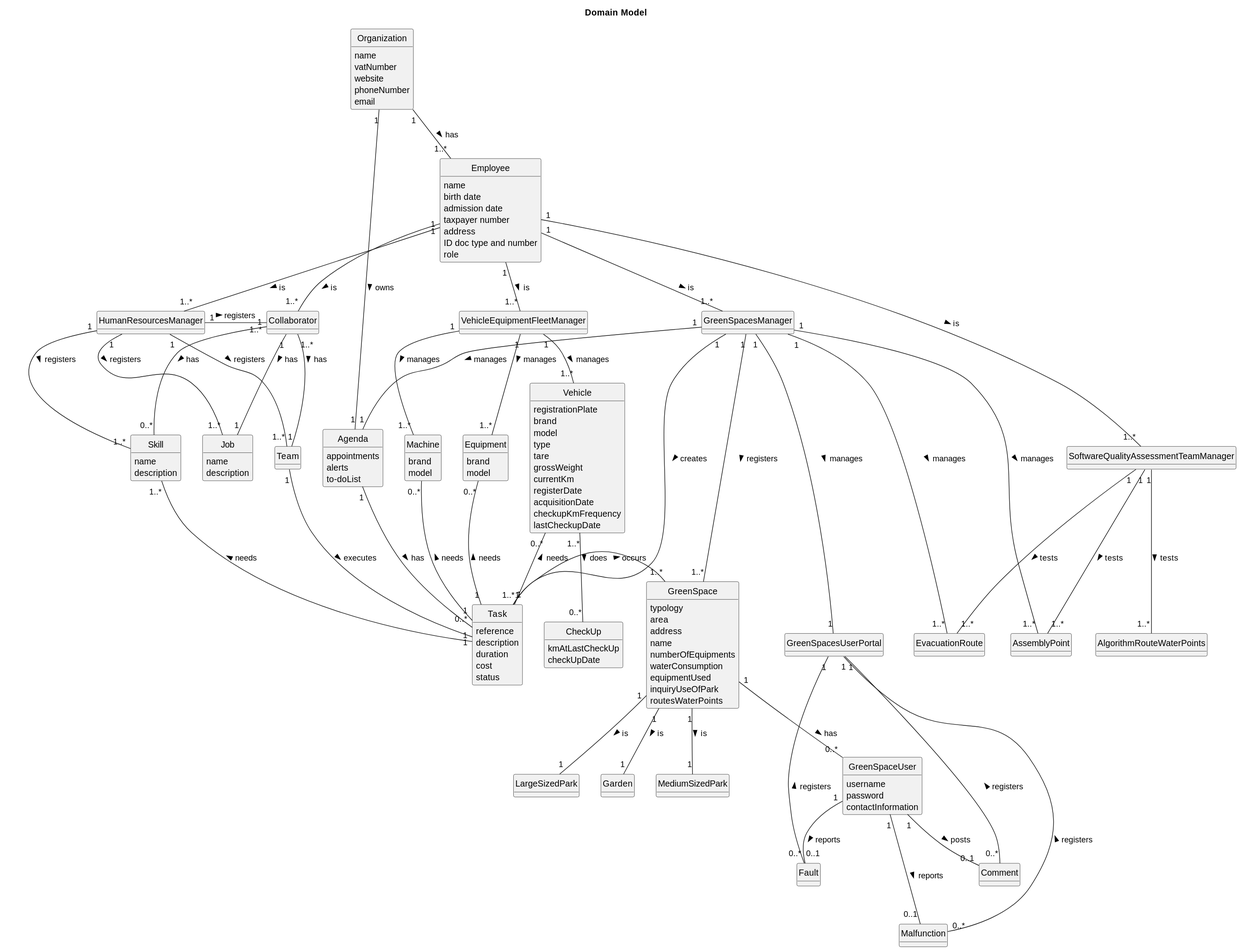
The PlantUML diagram docs/sprintC/global-artifacts/02.analysis/svg/project-domain-model.svg in LopemigueISEP/lei-24-s2-1nb-g312, before a commit.
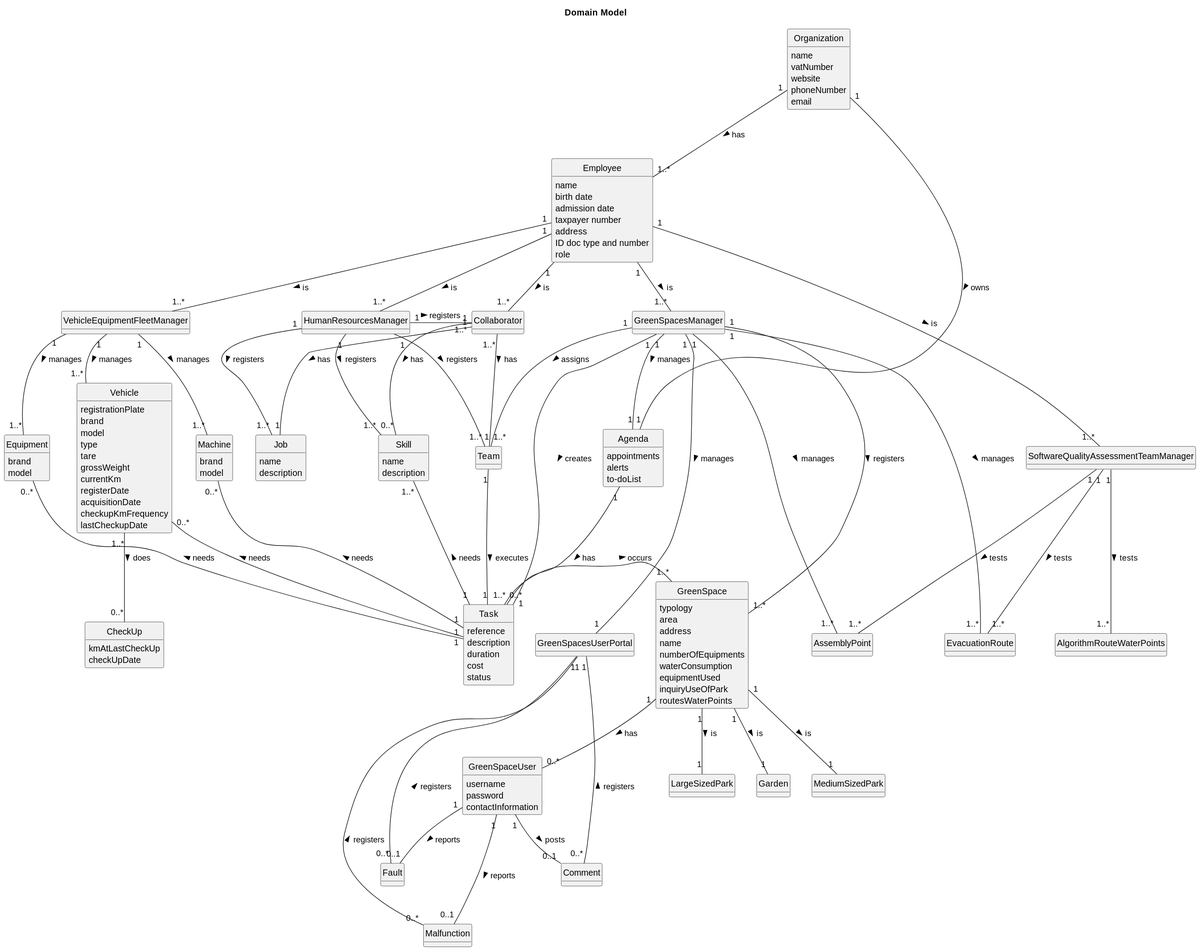
Above is the later version.

Commit message:
#21 Added relation between GSM and team: assigns

Change to the diagram source:
```diff
@@ -166,4 +166,5 @@
 GreenSpace "1" -- "1" LargeSizedPark : is >
 Vehicle "1..*" -- "0..*" CheckUp : does >
 GreenSpacesManager "1" -- "1" Agenda : manages >
+GreenSpacesManager "1" -- "1..*" Team : assigns >
 @enduml
```
